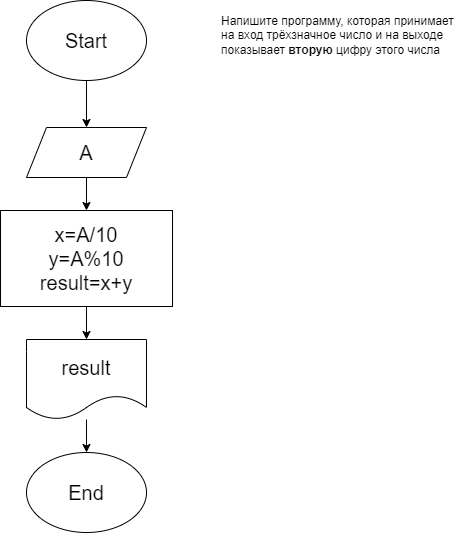
Before: Homework/Homework_02/Exercise010/diagram010.drawio.png, a diagram exported from draw.io (SergeiTimokhin/Introduction_to_programming_languages). Source tidied: cells renumbered, new cells last; positions are measured from the earlier drawing's top-left corner, leaving out a move shared by most shapes.
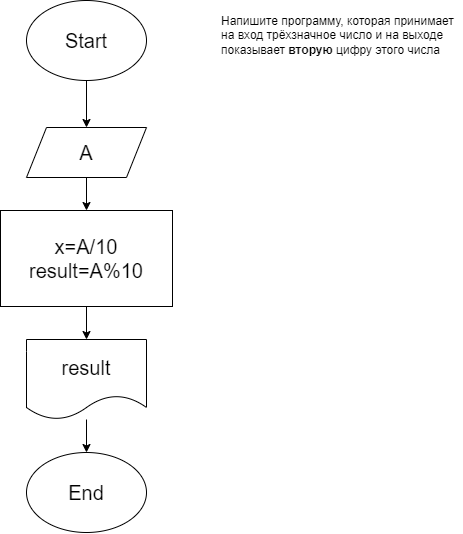
After the change.

Commit message:
Задача №010 ДЗ №2 решена

The edit, as a diff of the source:
```diff
@@ -20,7 +20,7 @@
     <mxCell id="7" style="edgeStyle=none;html=1;fontSize=20;" parent="1" edge="1" source="8" target="10">
       <mxGeometry relative="1" as="geometry" />
     </mxCell>
-    <mxCell id="8" value="x=A/10&lt;br&gt;y=A%10&lt;br&gt;result=x+y" style="rounded=0;whiteSpace=wrap;html=1;fontSize=20;" parent="1" vertex="1">
+    <mxCell id="8" value="x=A/10&lt;br&gt;result=A%10&lt;br&gt;" style="rounded=0;whiteSpace=wrap;html=1;fontSize=20;" parent="1" vertex="1">
       <mxGeometry y="210" width="172" height="96" as="geometry" />
     </mxCell>
     <mxCell id="9" style="edgeStyle=none;html=1;fontSize=20;" parent="1" edge="1" source="10" target="11">
```
